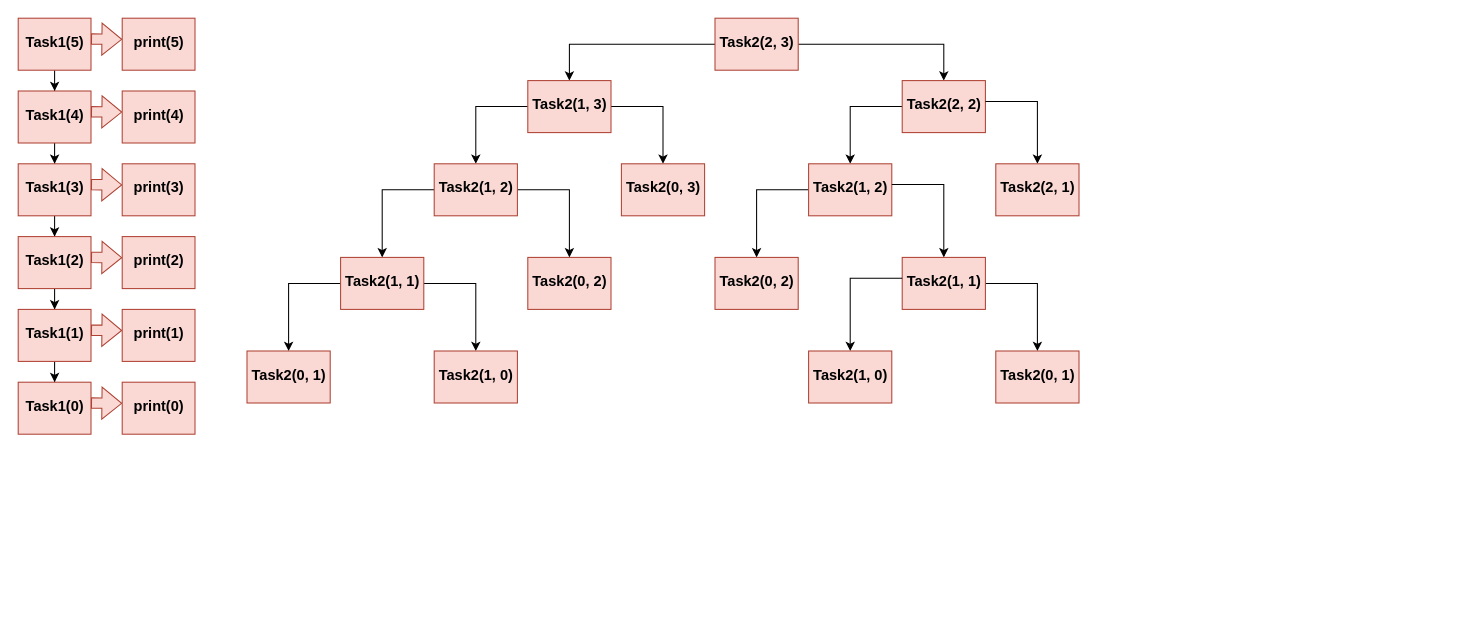
The draw.io diagram diagrams/Untitled Diagram.drawio in GeekNekoS/Draw_io, before the edit. Source tidied: cells renumbered, new cells numbered last; positions are measured from the earlier drawing's top-left corner, leaving out a move shared by most shapes. Both pictures are drawn from the tidied source at 104%, with x=0, y=0 at pixel (18, 18).
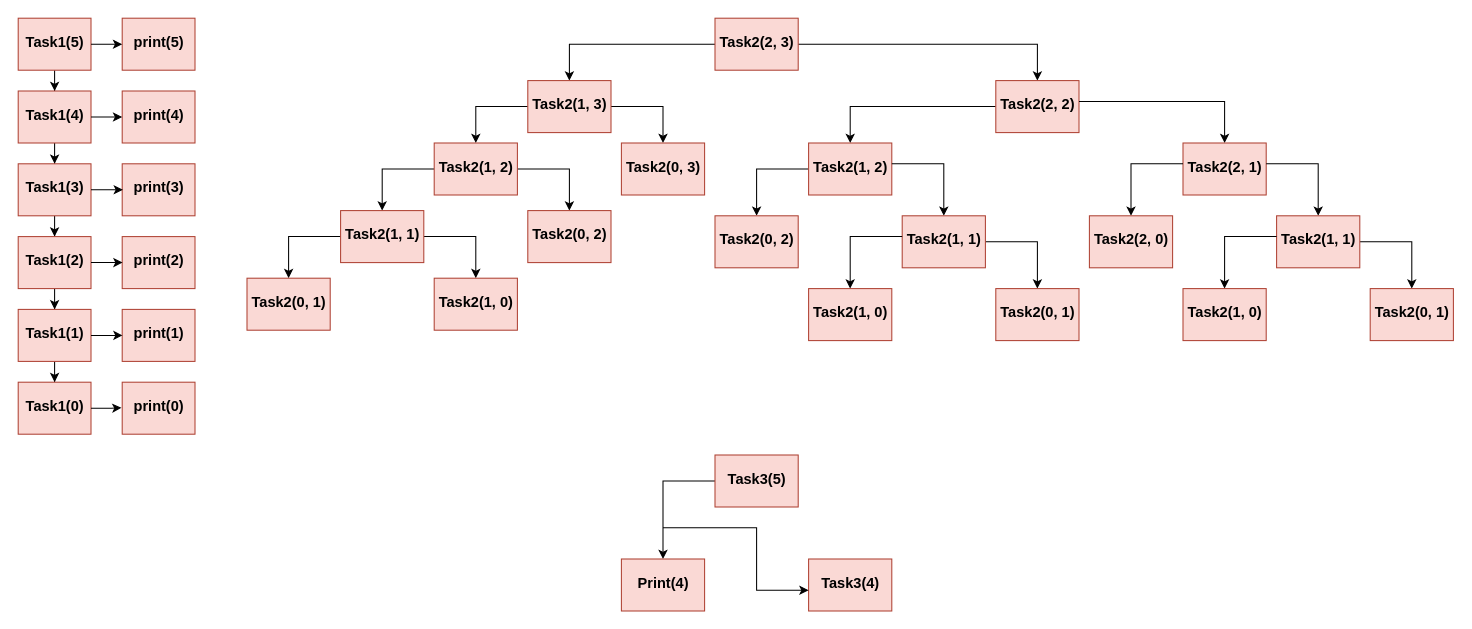
The same page after the edit.

Unchanged cells that the change refers to:
```xml
<mxCell id="3" style="rounded=0;whiteSpace=wrap;html=1;fillColor=#fad9d5;strokeColor=#ae4132;" parent="1" vertex="1">
  <mxGeometry width="70" height="50" as="geometry" />
</mxCell>
<mxCell id="7" value="&lt;font style=&quot;font-size: 14px;&quot;&gt;print(5)&lt;/font&gt;" style="text;strokeColor=none;fillColor=none;html=1;fontSize=24;fontStyle=1;verticalAlign=middle;align=center;" parent="1" vertex="1">
  <mxGeometry x="100" width="70" height="40" as="geometry" />
</mxCell>
<mxCell id="9" style="rounded=0;whiteSpace=wrap;html=1;fillColor=#fad9d5;strokeColor=#ae4132;" parent="1" vertex="1">
  <mxGeometry y="70" width="70" height="50" as="geometry" />
</mxCell>
<mxCell id="13" value="&lt;font style=&quot;font-size: 14px;&quot;&gt;print(4)&lt;/font&gt;" style="text;strokeColor=none;fillColor=none;html=1;fontSize=24;fontStyle=1;verticalAlign=middle;align=center;" parent="1" vertex="1">
  <mxGeometry x="100" y="70" width="70" height="40" as="geometry" />
</mxCell>
<mxCell id="15" style="rounded=0;whiteSpace=wrap;html=1;fillColor=#fad9d5;strokeColor=#ae4132;" parent="1" vertex="1">
  <mxGeometry y="140" width="70" height="50" as="geometry" />
</mxCell>
<mxCell id="19" value="&lt;font style=&quot;font-size: 14px;&quot;&gt;print(3)&lt;/font&gt;" style="text;strokeColor=none;fillColor=none;html=1;fontSize=24;fontStyle=1;verticalAlign=middle;align=center;" parent="1" vertex="1">
  <mxGeometry x="100" y="140" width="70" height="40" as="geometry" />
</mxCell>
<mxCell id="21" style="rounded=0;whiteSpace=wrap;html=1;fillColor=#fad9d5;strokeColor=#ae4132;" parent="1" vertex="1">
  <mxGeometry y="210" width="70" height="50" as="geometry" />
</mxCell>
<mxCell id="25" value="&lt;font style=&quot;font-size: 14px;&quot;&gt;print(2)&lt;/font&gt;" style="text;strokeColor=none;fillColor=none;html=1;fontSize=24;fontStyle=1;verticalAlign=middle;align=center;" parent="1" vertex="1">
  <mxGeometry x="100" y="210" width="70" height="40" as="geometry" />
</mxCell>
<mxCell id="27" style="rounded=0;whiteSpace=wrap;html=1;fillColor=#fad9d5;strokeColor=#ae4132;" parent="1" vertex="1">
  <mxGeometry y="280" width="70" height="50" as="geometry" />
</mxCell>
<mxCell id="31" value="&lt;font style=&quot;font-size: 14px;&quot;&gt;print(1)&lt;/font&gt;" style="text;strokeColor=none;fillColor=none;html=1;fontSize=24;fontStyle=1;verticalAlign=middle;align=center;" parent="1" vertex="1">
  <mxGeometry x="100" y="280" width="70" height="40" as="geometry" />
</mxCell>
<mxCell id="32" style="rounded=0;whiteSpace=wrap;html=1;fillColor=#fad9d5;strokeColor=#ae4132;" parent="1" vertex="1">
  <mxGeometry y="350" width="70" height="50" as="geometry" />
</mxCell>
<mxCell id="36" value="&lt;font style=&quot;font-size: 14px;&quot;&gt;print(0)&lt;/font&gt;" style="text;strokeColor=none;fillColor=none;html=1;fontSize=24;fontStyle=1;verticalAlign=middle;align=center;" parent="1" vertex="1">
  <mxGeometry x="100" y="350" width="70" height="40" as="geometry" />
</mxCell>
```

What changed in the source:
```diff
@@
-    <mxCell id="5" style="shape=flexArrow;endArrow=classic;html=1;rounded=0;fillColor=#fad9d5;strokeColor=#ae4132;" parent="1" edge="1">
-      <mxGeometry relative="1" as="geometry">
-        <mxPoint x="70" y="20" as="sourcePoint" />
-        <mxPoint x="100" y="20.3" as="targetPoint" />
-      </mxGeometry>
-    </mxCell>
@@
-    <mxCell id="11" style="shape=flexArrow;endArrow=classic;html=1;rounded=0;fillColor=#fad9d5;strokeColor=#ae4132;" parent="1" edge="1">
-      <mxGeometry relative="1" as="geometry">
-        <mxPoint x="70" y="90" as="sourcePoint" />
-        <mxPoint x="100" y="90.3" as="targetPoint" />
-      </mxGeometry>
-    </mxCell>
@@
-    <mxCell id="17" style="shape=flexArrow;endArrow=classic;html=1;rounded=0;fillColor=#fad9d5;strokeColor=#ae4132;" parent="1" edge="1">
-      <mxGeometry relative="1" as="geometry">
-        <mxPoint x="70" y="160" as="sourcePoint" />
-        <mxPoint x="100" y="160.3" as="targetPoint" />
-      </mxGeometry>
-    </mxCell>
@@
-    <mxCell id="23" style="shape=flexArrow;endArrow=classic;html=1;rounded=0;fillColor=#fad9d5;strokeColor=#ae4132;" parent="1" edge="1">
-      <mxGeometry relative="1" as="geometry">
-        <mxPoint x="70" y="230" as="sourcePoint" />
-        <mxPoint x="100" y="230.3" as="targetPoint" />
-      </mxGeometry>
-    </mxCell>
@@
-    <mxCell id="29" style="shape=flexArrow;endArrow=classic;html=1;rounded=0;fillColor=#fad9d5;strokeColor=#ae4132;" parent="1" edge="1">
-      <mxGeometry relative="1" as="geometry">
-        <mxPoint x="70" y="300" as="sourcePoint" />
-        <mxPoint x="100" y="300.3" as="targetPoint" />
-      </mxGeometry>
-    </mxCell>
@@
-    <mxCell id="34" style="shape=flexArrow;endArrow=classic;html=1;rounded=0;fillColor=#fad9d5;strokeColor=#ae4132;" parent="1" edge="1">
-      <mxGeometry relative="1" as="geometry">
-        <mxPoint x="70" y="370" as="sourcePoint" />
-        <mxPoint x="100" y="370.3" as="targetPoint" />
-      </mxGeometry>
-    </mxCell>
@@
     <mxCell id="45" style="rounded=0;whiteSpace=wrap;html=1;fillColor=#fad9d5;strokeColor=#ae4132;" parent="1" vertex="1">
-      <mxGeometry x="850" y="60" width="80" height="50" as="geometry" />
+      <mxGeometry x="940" y="60" width="80" height="50" as="geometry" />
     </mxCell>
@@
     <mxCell id="48" value="&lt;font style=&quot;font-size: 14px;&quot;&gt;Task2(2, 2)&lt;/font&gt;" style="text;strokeColor=none;fillColor=none;html=1;fontSize=24;fontStyle=1;verticalAlign=middle;align=center;" parent="1" vertex="1">
-      <mxGeometry x="850" y="60" width="80" height="40" as="geometry" />
+      <mxGeometry x="940" y="60" width="80" height="40" as="geometry" />
     </mxCell>
@@
     <mxCell id="51" style="rounded=0;whiteSpace=wrap;html=1;fillColor=#fad9d5;strokeColor=#ae4132;" parent="1" vertex="1">
-      <mxGeometry x="400" y="140" width="80" height="50" as="geometry" />
+      <mxGeometry x="400" y="120" width="80" height="50" as="geometry" />
     </mxCell>
     <mxCell id="52" value="&lt;font style=&quot;font-size: 14px;&quot;&gt;Task2(1, 2)&lt;/font&gt;" style="text;strokeColor=none;fillColor=none;html=1;fontSize=24;fontStyle=1;verticalAlign=middle;align=center;" parent="1" vertex="1">
-      <mxGeometry x="400" y="140" width="80" height="40" as="geometry" />
+      <mxGeometry x="400" y="120" width="80" height="40" as="geometry" />
     </mxCell>
     <mxCell id="53" style="rounded=0;whiteSpace=wrap;html=1;fillColor=#fad9d5;strokeColor=#ae4132;" parent="1" vertex="1">
-      <mxGeometry x="580" y="140" width="80" height="50" as="geometry" />
+      <mxGeometry x="580" y="120" width="80" height="50" as="geometry" />
     </mxCell>
     <mxCell id="54" value="&lt;font style=&quot;font-size: 14px;&quot;&gt;Task2(0, 3)&lt;/font&gt;" style="text;strokeColor=none;fillColor=none;html=1;fontSize=24;fontStyle=1;verticalAlign=middle;align=center;" parent="1" vertex="1">
-      <mxGeometry x="580" y="140" width="80" height="40" as="geometry" />
+      <mxGeometry x="580" y="120" width="80" height="40" as="geometry" />
     </mxCell>
@@
     <mxCell id="57" style="rounded=0;whiteSpace=wrap;html=1;fillColor=#fad9d5;strokeColor=#ae4132;" parent="1" vertex="1">
-      <mxGeometry x="310" y="230" width="80" height="50" as="geometry" />
+      <mxGeometry x="310" y="185" width="80" height="50" as="geometry" />
     </mxCell>
     <mxCell id="58" style="rounded=0;whiteSpace=wrap;html=1;fillColor=#fad9d5;strokeColor=#ae4132;" parent="1" vertex="1">
-      <mxGeometry x="490" y="230" width="80" height="50" as="geometry" />
+      <mxGeometry x="490" y="185" width="80" height="50" as="geometry" />
     </mxCell>
     <mxCell id="59" value="&lt;font style=&quot;font-size: 14px;&quot;&gt;Task2(1, 1)&lt;/font&gt;" style="text;strokeColor=none;fillColor=none;html=1;fontSize=24;fontStyle=1;verticalAlign=middle;align=center;" parent="1" vertex="1">
-      <mxGeometry x="310" y="230" width="80" height="40" as="geometry" />
+      <mxGeometry x="310" y="185" width="80" height="40" as="geometry" />
     </mxCell>
     <mxCell id="60" value="&lt;font style=&quot;font-size: 14px;&quot;&gt;Task2(0, 2)&lt;/font&gt;" style="text;strokeColor=none;fillColor=none;html=1;fontSize=24;fontStyle=1;verticalAlign=middle;align=center;" parent="1" vertex="1">
-      <mxGeometry x="490" y="230" width="80" height="40" as="geometry" />
+      <mxGeometry x="490" y="185" width="80" height="40" as="geometry" />
     </mxCell>
     <mxCell id="61" style="rounded=0;whiteSpace=wrap;html=1;fillColor=#fad9d5;strokeColor=#ae4132;" parent="1" vertex="1">
-      <mxGeometry x="220" y="320" width="80" height="50" as="geometry" />
+      <mxGeometry x="220" y="250" width="80" height="50" as="geometry" />
     </mxCell>
     <mxCell id="62" style="rounded=0;whiteSpace=wrap;html=1;fillColor=#fad9d5;strokeColor=#ae4132;" parent="1" vertex="1">
-      <mxGeometry x="400" y="320" width="80" height="50" as="geometry" />
+      <mxGeometry x="400" y="250" width="80" height="50" as="geometry" />
     </mxCell>
     <mxCell id="63" value="&lt;font style=&quot;font-size: 14px;&quot;&gt;Task2(0, 1)&lt;/font&gt;" style="text;strokeColor=none;fillColor=none;html=1;fontSize=24;fontStyle=1;verticalAlign=middle;align=center;" parent="1" vertex="1">
-      <mxGeometry x="220" y="320" width="80" height="40" as="geometry" />
+      <mxGeometry x="220" y="250" width="80" height="40" as="geometry" />
     </mxCell>
     <mxCell id="64" value="&lt;font style=&quot;font-size: 14px;&quot;&gt;Task2(1, 0)&lt;/font&gt;" style="text;strokeColor=none;fillColor=none;html=1;fontSize=24;fontStyle=1;verticalAlign=middle;align=center;" parent="1" vertex="1">
-      <mxGeometry x="400" y="320" width="80" height="40" as="geometry" />
+      <mxGeometry x="400" y="250" width="80" height="40" as="geometry" />
     </mxCell>
@@
     <mxCell id="66" style="rounded=0;whiteSpace=wrap;html=1;fillColor=#fad9d5;strokeColor=#ae4132;" parent="1" vertex="1">
-      <mxGeometry x="760" y="140" width="80" height="50" as="geometry" />
+      <mxGeometry x="760" y="120" width="80" height="50" as="geometry" />
     </mxCell>
@@
     <mxCell id="68" value="&lt;font style=&quot;font-size: 14px;&quot;&gt;Task2(1, 2)&lt;/font&gt;" style="text;strokeColor=none;fillColor=none;html=1;fontSize=24;fontStyle=1;verticalAlign=middle;align=center;" parent="1" vertex="1">
-      <mxGeometry x="760" y="140" width="80" height="40" as="geometry" />
+      <mxGeometry x="760" y="120" width="80" height="40" as="geometry" />
     </mxCell>
     <mxCell id="69" style="rounded=0;whiteSpace=wrap;html=1;fillColor=#fad9d5;strokeColor=#ae4132;" parent="1" vertex="1">
-      <mxGeometry x="940" y="140" width="80" height="50" as="geometry" />
+      <mxGeometry x="1120" y="120" width="80" height="50" as="geometry" />
     </mxCell>
+    <mxCell id="81" style="edgeStyle=orthogonalEdgeStyle;rounded=0;jettySize=auto;html=1;entryX=0.5;entryY=0;entryDx=0;entryDy=0;" parent="1" edge="1" source="70" target="84">
+      <mxGeometry relative="1" as="geometry" />
+    </mxCell>
+    <mxCell id="82" style="edgeStyle=orthogonalEdgeStyle;rounded=0;jettySize=auto;html=1;entryX=0.5;entryY=0;entryDx=0;entryDy=0;" parent="1" edge="1" source="70" target="88">
+      <mxGeometry relative="1" as="geometry" />
+    </mxCell>
     <mxCell id="70" value="&lt;font style=&quot;font-size: 14px;&quot;&gt;Task2(2, 1)&lt;/font&gt;" style="text;strokeColor=none;fillColor=none;html=1;fontSize=24;fontStyle=1;verticalAlign=middle;align=center;" parent="1" vertex="1">
-      <mxGeometry x="940" y="140" width="80" height="40" as="geometry" />
+      <mxGeometry x="1120" y="120" width="80" height="40" as="geometry" />
     </mxCell>
     <mxCell id="71" style="rounded=0;whiteSpace=wrap;html=1;fillColor=#fad9d5;strokeColor=#ae4132;" parent="1" vertex="1">
-      <mxGeometry x="670" y="230" width="80" height="50" as="geometry" />
+      <mxGeometry x="670" y="190" width="80" height="50" as="geometry" />
     </mxCell>
     <mxCell id="72" value="&lt;font style=&quot;font-size: 14px;&quot;&gt;Task2(0, 2)&lt;/font&gt;" style="text;strokeColor=none;fillColor=none;html=1;fontSize=24;fontStyle=1;verticalAlign=middle;align=center;" parent="1" vertex="1">
-      <mxGeometry x="670" y="230" width="80" height="40" as="geometry" />
+      <mxGeometry x="670" y="190" width="80" height="40" as="geometry" />
     </mxCell>
@@
     <mxCell id="74" style="rounded=0;whiteSpace=wrap;html=1;fillColor=#fad9d5;strokeColor=#ae4132;" parent="1" vertex="1">
-      <mxGeometry x="850" y="230" width="80" height="50" as="geometry" />
+      <mxGeometry x="850" y="190" width="80" height="50" as="geometry" />
     </mxCell>
@@
     <mxCell id="76" value="&lt;div&gt;&lt;font style=&quot;font-size: 14px;&quot;&gt;Task2(1, 1)&lt;/font&gt;&lt;/div&gt;" style="text;strokeColor=none;fillColor=none;html=1;fontSize=24;fontStyle=1;verticalAlign=middle;align=center;" parent="1" vertex="1">
-      <mxGeometry x="850" y="230" width="80" height="40" as="geometry" />
+      <mxGeometry x="850" y="190" width="80" height="40" as="geometry" />
     </mxCell>
     <mxCell id="77" style="rounded=0;whiteSpace=wrap;html=1;fillColor=#fad9d5;strokeColor=#ae4132;" parent="1" vertex="1">
-      <mxGeometry x="760" y="320" width="80" height="50" as="geometry" />
+      <mxGeometry x="760" y="260" width="80" height="50" as="geometry" />
     </mxCell>
     <mxCell id="78" value="&lt;font style=&quot;font-size: 14px;&quot;&gt;Task2(1, 0)&lt;/font&gt;" style="text;strokeColor=none;fillColor=none;html=1;fontSize=24;fontStyle=1;verticalAlign=middle;align=center;" parent="1" vertex="1">
-      <mxGeometry x="760" y="320" width="80" height="40" as="geometry" />
+      <mxGeometry x="760" y="260" width="80" height="40" as="geometry" />
     </mxCell>
     <mxCell id="79" style="rounded=0;whiteSpace=wrap;html=1;fillColor=#fad9d5;strokeColor=#ae4132;" parent="1" vertex="1">
-      <mxGeometry x="940" y="320" width="80" height="50" as="geometry" />
+      <mxGeometry x="940" y="260" width="80" height="50" as="geometry" />
     </mxCell>
     <mxCell id="80" value="&lt;div&gt;&lt;font style=&quot;font-size: 14px;&quot;&gt;Task2(0, 1)&lt;/font&gt;&lt;/div&gt;" style="text;strokeColor=none;fillColor=none;html=1;fontSize=24;fontStyle=1;verticalAlign=middle;align=center;" parent="1" vertex="1">
-      <mxGeometry x="940" y="320" width="80" height="40" as="geometry" />
+      <mxGeometry x="940" y="260" width="80" height="40" as="geometry" />
     </mxCell>
+    <mxCell id="83" style="rounded=0;whiteSpace=wrap;html=1;fillColor=#fad9d5;strokeColor=#ae4132;" parent="1" vertex="1">
+      <mxGeometry x="1030" y="190" width="80" height="50" as="geometry" />
+    </mxCell>
+    <mxCell id="84" value="&lt;font style=&quot;font-size: 14px;&quot;&gt;Task2(2, 0)&lt;/font&gt;" style="text;strokeColor=none;fillColor=none;html=1;fontSize=24;fontStyle=1;verticalAlign=middle;align=center;" parent="1" vertex="1">
+      <mxGeometry x="1030" y="190" width="80" height="40" as="geometry" />
+    </mxCell>
+    <mxCell id="85" style="edgeStyle=orthogonalEdgeStyle;rounded=0;jettySize=auto;html=1;" parent="1" edge="1" source="86" target="92">
+      <mxGeometry relative="1" as="geometry" />
+    </mxCell>
+    <mxCell id="86" style="rounded=0;whiteSpace=wrap;html=1;fillColor=#fad9d5;strokeColor=#ae4132;" parent="1" vertex="1">
+      <mxGeometry x="1210" y="190" width="80" height="50" as="geometry" />
+    </mxCell>
+    <mxCell id="87" style="edgeStyle=orthogonalEdgeStyle;rounded=0;jettySize=auto;html=1;entryX=0.5;entryY=0;entryDx=0;entryDy=0;" parent="1" edge="1" source="88" target="90">
+      <mxGeometry relative="1" as="geometry" />
+    </mxCell>
+    <mxCell id="88" value="&lt;div&gt;&lt;font style=&quot;font-size: 14px;&quot;&gt;Task2(1, 1)&lt;/font&gt;&lt;/div&gt;" style="text;strokeColor=none;fillColor=none;html=1;fontSize=24;fontStyle=1;verticalAlign=middle;align=center;" parent="1" vertex="1">
+      <mxGeometry x="1210" y="190" width="80" height="40" as="geometry" />
+    </mxCell>
+    <mxCell id="89" style="rounded=0;whiteSpace=wrap;html=1;fillColor=#fad9d5;strokeColor=#ae4132;" parent="1" vertex="1">
+      <mxGeometry x="1120" y="260" width="80" height="50" as="geometry" />
+    </mxCell>
+    <mxCell id="90" value="&lt;font style=&quot;font-size: 14px;&quot;&gt;Task2(1, 0)&lt;/font&gt;" style="text;strokeColor=none;fillColor=none;html=1;fontSize=24;fontStyle=1;verticalAlign=middle;align=center;" parent="1" vertex="1">
+      <mxGeometry x="1120" y="260" width="80" height="40" as="geometry" />
+    </mxCell>
+    <mxCell id="91" style="rounded=0;whiteSpace=wrap;html=1;fillColor=#fad9d5;strokeColor=#ae4132;" parent="1" vertex="1">
+      <mxGeometry x="1300" y="260" width="80" height="50" as="geometry" />
+    </mxCell>
+    <mxCell id="92" value="&lt;div&gt;&lt;font style=&quot;font-size: 14px;&quot;&gt;Task2(0, 1)&lt;/font&gt;&lt;/div&gt;" style="text;strokeColor=none;fillColor=none;html=1;fontSize=24;fontStyle=1;verticalAlign=middle;align=center;" parent="1" vertex="1">
+      <mxGeometry x="1300" y="260" width="80" height="40" as="geometry" />
+    </mxCell>
+    <mxCell id="93" style="edgeStyle=orthogonalEdgeStyle;rounded=0;jettySize=auto;html=1;entryX=0.5;entryY=0;entryDx=0;entryDy=0;" parent="1" edge="1" source="94" target="103">
+      <mxGeometry relative="1" as="geometry" />
+    </mxCell>
+    <mxCell id="94" style="rounded=0;whiteSpace=wrap;html=1;fillColor=#fad9d5;strokeColor=#ae4132;" parent="1" vertex="1">
+      <mxGeometry x="670" y="420" width="80" height="50" as="geometry" />
+    </mxCell>
+    <mxCell id="95" value="&lt;font style=&quot;font-size: 14px;&quot;&gt;Task3(5)&lt;/font&gt;" style="text;strokeColor=none;fillColor=none;html=1;fontSize=24;fontStyle=1;verticalAlign=middle;align=center;" parent="1" vertex="1">
+      <mxGeometry x="670" y="420" width="80" height="40" as="geometry" />
+    </mxCell>
+    <mxCell id="96" style="edgeStyle=orthogonalEdgeStyle;rounded=0;jettySize=auto;html=1;entryX=0;entryY=0.625;entryDx=0;entryDy=0;entryPerimeter=0;" parent="1" edge="1" source="3" target="7">
+      <mxGeometry relative="1" as="geometry" />
+    </mxCell>
+    <mxCell id="97" style="edgeStyle=orthogonalEdgeStyle;rounded=0;jettySize=auto;html=1;entryX=0;entryY=0.625;entryDx=0;entryDy=0;entryPerimeter=0;" parent="1" edge="1" source="9" target="13">
+      <mxGeometry relative="1" as="geometry" />
+    </mxCell>
+    <mxCell id="98" style="edgeStyle=orthogonalEdgeStyle;rounded=0;jettySize=auto;html=1;entryX=0.01;entryY=0.625;entryDx=0;entryDy=0;entryPerimeter=0;" parent="1" edge="1" source="15" target="19">
+      <mxGeometry relative="1" as="geometry" />
+    </mxCell>
+    <mxCell id="99" style="edgeStyle=orthogonalEdgeStyle;rounded=0;jettySize=auto;html=1;entryX=0.005;entryY=0.625;entryDx=0;entryDy=0;entryPerimeter=0;" parent="1" edge="1" source="21" target="25">
+      <mxGeometry relative="1" as="geometry" />
+    </mxCell>
+    <mxCell id="100" style="edgeStyle=orthogonalEdgeStyle;rounded=0;jettySize=auto;html=1;entryX=0.005;entryY=0.625;entryDx=0;entryDy=0;entryPerimeter=0;" parent="1" edge="1" source="27" target="31">
+      <mxGeometry relative="1" as="geometry" />
+    </mxCell>
+    <mxCell id="101" style="edgeStyle=orthogonalEdgeStyle;rounded=0;jettySize=auto;html=1;entryX=-0.01;entryY=0.617;entryDx=0;entryDy=0;entryPerimeter=0;" parent="1" edge="1" source="32" target="36">
+      <mxGeometry relative="1" as="geometry" />
+    </mxCell>
+    <mxCell id="102" style="rounded=0;whiteSpace=wrap;html=1;fillColor=#fad9d5;strokeColor=#ae4132;" parent="1" vertex="1">
+      <mxGeometry x="580" y="520" width="80" height="50" as="geometry" />
+    </mxCell>
+    <mxCell id="103" value="&lt;font style=&quot;font-size: 14px;&quot;&gt;Print(4)&lt;/font&gt;" style="text;strokeColor=none;fillColor=none;html=1;fontSize=24;fontStyle=1;verticalAlign=middle;align=center;" parent="1" vertex="1">
+      <mxGeometry x="580" y="520" width="80" height="40" as="geometry" />
+    </mxCell>
+    <mxCell id="104" style="rounded=0;whiteSpace=wrap;html=1;fillColor=#fad9d5;strokeColor=#ae4132;" parent="1" vertex="1">
+      <mxGeometry x="760" y="520" width="80" height="50" as="geometry" />
+    </mxCell>
+    <mxCell id="105" value="&lt;div&gt;&lt;font style=&quot;font-size: 14px;&quot;&gt;Task3(4)&lt;/font&gt;&lt;/div&gt;" style="text;strokeColor=none;fillColor=none;html=1;fontSize=24;fontStyle=1;verticalAlign=middle;align=center;" parent="1" vertex="1">
+      <mxGeometry x="760" y="520" width="80" height="40" as="geometry" />
+    </mxCell>
+    <mxCell id="106" style="endArrow=classic;html=1;rounded=0;entryX=0;entryY=0.75;entryDx=0;entryDy=0;" parent="1" edge="1" target="105">
+      <mxGeometry relative="1" as="geometry">
+        <mxPoint x="620" y="490" as="sourcePoint" />
+        <Array as="points">
+          <mxPoint x="710" y="490" />
+          <mxPoint x="710" y="550" />
+        </Array>
+      </mxGeometry>
+    </mxCell>
```
